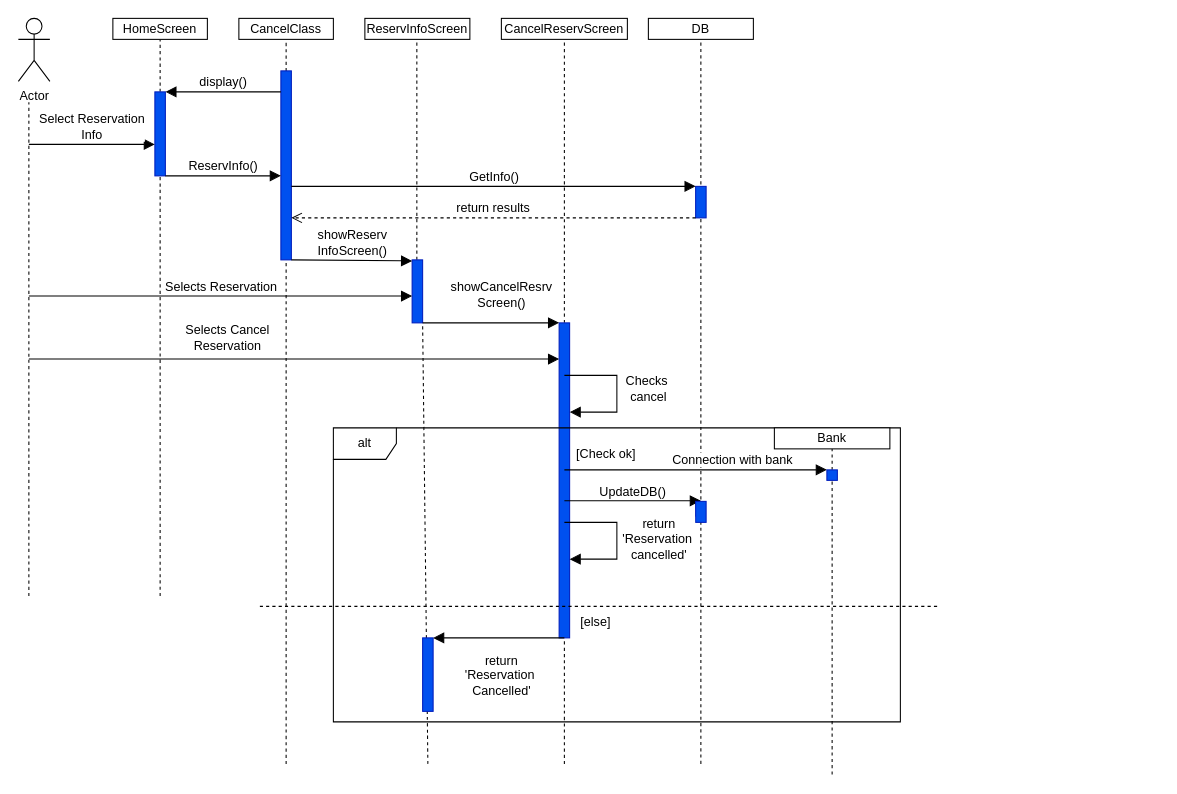
Earlier version of the draw.io diagram SEQUENCE/Cancel Reservation sequence.drawio (EliasPapagelis/Smart-Park-TL). Source tidied: cells renumbered, new cells numbered last; positions are measured from the earlier drawing's top-left corner, leaving out a move shared by most shapes. Both pictures are drawn from the tidied source at 105%, with x=0, y=0 at pixel (18, 18).
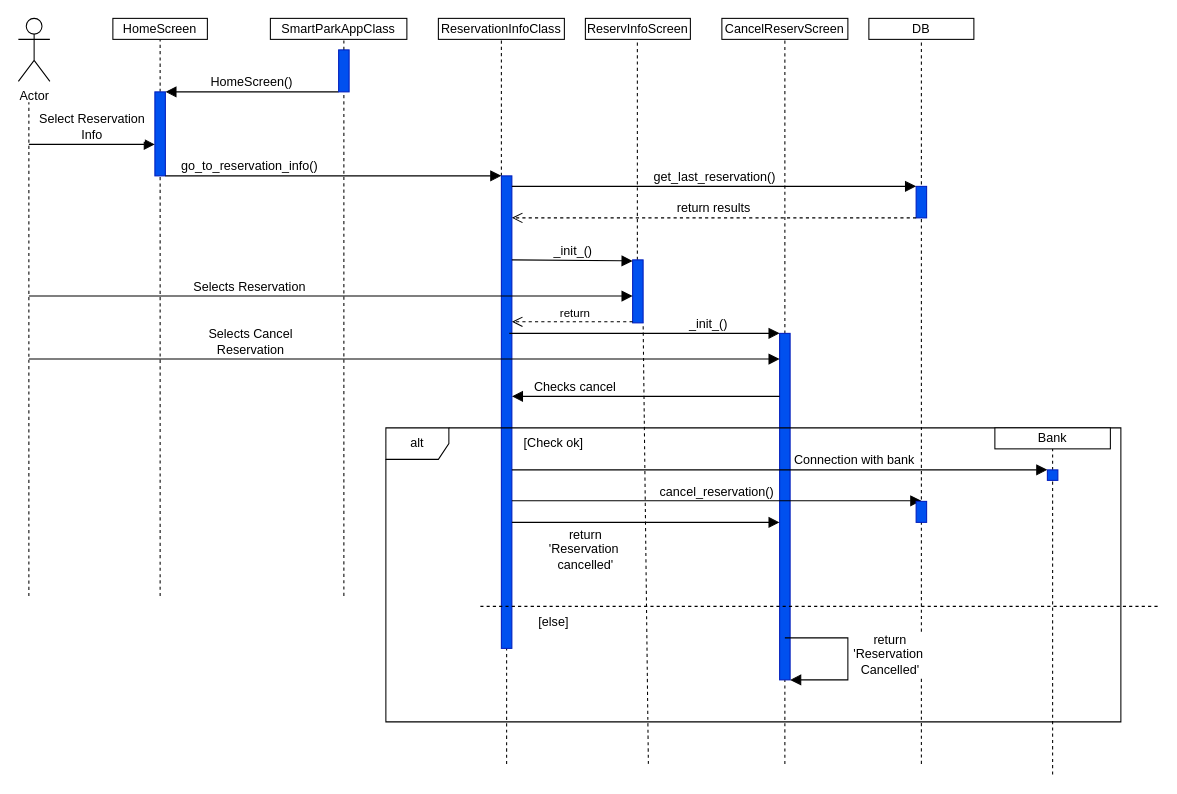
Above is the later version.

Diff of the diagram source:
```diff
@@
-    <mxCell id="6" value="CancelClass" style="rounded=0;whiteSpace=wrap;html=1;" parent="1" vertex="1">
-      <mxGeometry x="210" width="90" height="20" as="geometry" />
+    <mxCell id="6" value="ReservationInfoClass" style="rounded=0;whiteSpace=wrap;html=1;" parent="1" vertex="1">
+      <mxGeometry x="400" width="120" height="20" as="geometry" />
     </mxCell>
@@
     <mxCell id="8" value="ReservInfoScreen" style="rounded=0;whiteSpace=wrap;html=1;" parent="1" vertex="1">
-      <mxGeometry x="330" width="100" height="20" as="geometry" />
+      <mxGeometry x="540" width="100" height="20" as="geometry" />
     </mxCell>
     <mxCell id="9" style="endArrow=none;dashed=1;html=1;rounded=0;fontSize=12;startSize=8;endSize=8;curved=1;" parent="1" edge="1" source="27">
       <mxGeometry relative="1" as="geometry">
-        <mxPoint x="379.5" y="20" as="targetPoint" />
+        <mxPoint x="589.5" y="20" as="targetPoint" />
       </mxGeometry>
     </mxCell>
@@
     <mxCell id="11" value="CancelReservScreen" style="rounded=0;whiteSpace=wrap;html=1;" parent="1" vertex="1">
-      <mxGeometry x="460" width="120" height="20" as="geometry" />
+      <mxGeometry x="670" width="120" height="20" as="geometry" />
     </mxCell>
     <mxCell id="12" style="endArrow=none;dashed=1;html=1;rounded=0;fontSize=12;startSize=8;endSize=8;curved=1;" parent="1" edge="1" target="13">
       <mxGeometry relative="1" as="geometry">
-        <mxPoint x="650" y="710" as="sourcePoint" />
+        <mxPoint x="860" y="710" as="sourcePoint" />
       </mxGeometry>
     </mxCell>
     <mxCell id="13" value="DB" style="rounded=0;whiteSpace=wrap;html=1;" parent="1" vertex="1">
-      <mxGeometry x="600" width="100" height="20" as="geometry" />
+      <mxGeometry x="810" width="100" height="20" as="geometry" />
     </mxCell>
     <mxCell id="14" style="html=1;points=[[0,0,0,0,5],[0,1,0,0,-5],[1,0,0,0,5],[1,1,0,0,-5]];perimeter=orthogonalPerimeter;outlineConnect=0;targetShapes=umlLifeline;portConstraint=eastwest;newEdgeStyle={&quot;curved&quot;:0,&quot;rounded&quot;:0};fillColor=#0050ef;fontColor=#ffffff;strokeColor=#001DBC;" parent="1" vertex="1">
-      <mxGeometry x="645" y="160" width="10" height="30" as="geometry" />
+      <mxGeometry x="855" y="160" width="10" height="30" as="geometry" />
     </mxCell>
@@
     <mxCell id="17" style="endArrow=none;dashed=1;html=1;rounded=0;fontSize=12;startSize=8;endSize=8;curved=1;entryX=0.5;entryY=1;entryDx=0;entryDy=0;" parent="1" edge="1" target="18">
       <mxGeometry relative="1" as="geometry">
-        <mxPoint x="255" y="710" as="sourcePoint" />
+        <mxPoint x="465" y="710" as="sourcePoint" />
       </mxGeometry>
     </mxCell>
     <mxCell id="18" style="html=1;points=[[0,0,0,0,5],[0,1,0,0,-5],[1,0,0,0,5],[1,1,0,0,-5]];perimeter=orthogonalPerimeter;outlineConnect=0;targetShapes=umlLifeline;portConstraint=eastwest;newEdgeStyle={&quot;curved&quot;:0,&quot;rounded&quot;:0};fillColor=#0050ef;fontColor=#ffffff;strokeColor=#001DBC;" parent="1" vertex="1">
-      <mxGeometry x="250" y="50" width="10" height="180" as="geometry" />
+      <mxGeometry x="460" y="150" width="10" height="450" as="geometry" />
     </mxCell>
     <mxCell id="19" style="endArrow=none;dashed=1;html=1;rounded=0;fontSize=12;startSize=8;endSize=8;curved=1;" parent="1" edge="1" target="20">
       <mxGeometry relative="1" as="geometry">
-        <mxPoint x="520" y="710" as="sourcePoint" />
+        <mxPoint x="730" y="710" as="sourcePoint" />
       </mxGeometry>
     </mxCell>
     <mxCell id="20" style="html=1;points=[[0,0,0,0,5],[0,1,0,0,-5],[1,0,0,0,5],[1,1,0,0,-5]];perimeter=orthogonalPerimeter;outlineConnect=0;targetShapes=umlLifeline;portConstraint=eastwest;newEdgeStyle={&quot;curved&quot;:0,&quot;rounded&quot;:0};fillColor=#0050ef;fontColor=#ffffff;strokeColor=#001DBC;" parent="1" vertex="1">
-      <mxGeometry x="515" y="290" width="10" height="300" as="geometry" />
+      <mxGeometry x="725" y="300" width="10" height="330" as="geometry" />
     </mxCell>
@@
-    <mxCell id="22" value="display()" style="html=1;verticalAlign=bottom;endArrow=block;curved=0;rounded=0;fontSize=12;startSize=8;endSize=8;" parent="1" edge="1">
+    <mxCell id="22" value="HomeScreen()" style="html=1;verticalAlign=bottom;endArrow=block;curved=0;rounded=0;fontSize=12;startSize=8;endSize=8;" parent="1" edge="1" source="51">
       <mxGeometry relative="1" as="geometry">
-        <mxPoint x="250" y="70" as="sourcePoint" />
         <mxPoint x="140" y="70" as="targetPoint" />
       </mxGeometry>
     </mxCell>
-    <mxCell id="23" value="ReservInfo()" style="html=1;verticalAlign=bottom;endArrow=block;curved=0;rounded=0;fontSize=12;startSize=8;endSize=8;" parent="1" edge="1" target="18">
-      <mxGeometry relative="1" as="geometry">
+    <mxCell id="23" value="go_to_reservation_info()" style="html=1;verticalAlign=bottom;endArrow=block;curved=0;rounded=0;fontSize=12;startSize=8;endSize=8;" parent="1" edge="1" target="18">
+      <mxGeometry x="-0.5" relative="1" as="geometry">
         <mxPoint x="140" y="150" as="sourcePoint" />
       </mxGeometry>
     </mxCell>
-    <mxCell id="24" value="GetInfo()" style="html=1;verticalAlign=bottom;endArrow=block;curved=0;rounded=0;fontSize=12;startSize=8;endSize=8;" parent="1" edge="1" target="14">
+    <mxCell id="24" value="get_last_reservation()" style="html=1;verticalAlign=bottom;endArrow=block;curved=0;rounded=0;fontSize=12;startSize=8;endSize=8;" parent="1" edge="1" target="14">
       <mxGeometry relative="1" as="geometry">
-        <mxPoint x="260" y="160" as="sourcePoint" />
+        <mxPoint x="470" y="160" as="sourcePoint" />
       </mxGeometry>
     </mxCell>
     <mxCell id="25" value="return results" style="html=1;verticalAlign=bottom;endArrow=open;dashed=1;endSize=8;curved=0;rounded=0;fontSize=12;exitX=0;exitY=1;exitDx=0;exitDy=-5;exitPerimeter=0;" parent="1" edge="1">
       <mxGeometry relative="1" as="geometry">
-        <mxPoint x="645" y="190" as="sourcePoint" />
-        <mxPoint x="260" y="190" as="targetPoint" />
+        <mxPoint x="855" y="190" as="sourcePoint" />
+        <mxPoint x="470" y="190" as="targetPoint" />
       </mxGeometry>
     </mxCell>
     <mxCell id="26" style="endArrow=none;dashed=1;html=1;rounded=0;fontSize=12;startSize=8;endSize=8;curved=1;" parent="1" edge="1" target="27">
       <mxGeometry relative="1" as="geometry">
-        <mxPoint x="390" y="710" as="sourcePoint" />
+        <mxPoint x="600" y="710" as="sourcePoint" />
       </mxGeometry>
     </mxCell>
     <mxCell id="27" style="html=1;points=[[0,0,0,0,5],[0,1,0,0,-5],[1,0,0,0,5],[1,1,0,0,-5]];perimeter=orthogonalPerimeter;outlineConnect=0;targetShapes=umlLifeline;portConstraint=eastwest;newEdgeStyle={&quot;curved&quot;:0,&quot;rounded&quot;:0};fillColor=#0050ef;fontColor=#ffffff;strokeColor=#001DBC;" parent="1" vertex="1">
-      <mxGeometry x="375" y="230" width="10" height="60" as="geometry" />
+      <mxGeometry x="585" y="230" width="10" height="60" as="geometry" />
     </mxCell>
-    <mxCell id="28" value="showReserv&lt;div&gt;InfoScreen()&lt;/div&gt;" style="html=1;verticalAlign=bottom;endArrow=block;curved=0;rounded=0;fontSize=12;startSize=8;endSize=8;" parent="1" edge="1">
+    <mxCell id="28" value="&lt;div&gt;_init_()&lt;/div&gt;" style="html=1;verticalAlign=bottom;endArrow=block;curved=0;rounded=0;fontSize=12;startSize=8;endSize=8;" parent="1" edge="1">
       <mxGeometry x="0.01" relative="1" as="geometry">
-        <mxPoint x="260" y="230" as="sourcePoint" />
-        <mxPoint x="375" y="231" as="targetPoint" />
+        <mxPoint x="470" y="230" as="sourcePoint" />
+        <mxPoint x="585" y="231" as="targetPoint" />
       </mxGeometry>
     </mxCell>
     <mxCell id="29" value="Selects Reservation" style="html=1;verticalAlign=bottom;endArrow=block;curved=0;rounded=0;fontSize=12;startSize=8;endSize=8;" parent="1" edge="1" target="27">
-      <mxGeometry relative="1" as="geometry">
+      <mxGeometry x="-0.27" relative="1" as="geometry">
         <mxPoint x="10" y="264.5" as="sourcePoint" />
       </mxGeometry>
     </mxCell>
-    <mxCell id="30" value="showCancelResrv&lt;div&gt;Screen()&lt;/div&gt;" style="html=1;verticalAlign=bottom;endArrow=block;curved=0;rounded=0;fontSize=12;startSize=8;endSize=8;" parent="1" edge="1" target="20">
-      <mxGeometry x="0.15" y="10" relative="1" as="geometry">
-        <mxPoint x="385" y="290" as="sourcePoint" />
+    <mxCell id="30" value="&lt;span style=&quot;background-color: light-dark(#ffffff, var(--ge-dark-color, #121212)); color: light-dark(rgb(0, 0, 0), rgb(255, 255, 255));&quot;&gt;_init_()&lt;/span&gt;" style="html=1;verticalAlign=bottom;endArrow=block;curved=0;rounded=0;fontSize=12;startSize=8;endSize=8;" parent="1" edge="1">
+      <mxGeometry x="0.47" relative="1" as="geometry">
+        <mxPoint x="467.5" y="300" as="sourcePoint" />
+        <mxPoint x="725" y="300" as="targetPoint" />
       </mxGeometry>
     </mxCell>
     <mxCell id="31" value="Selects Cancel&lt;div&gt;Reservation&lt;/div&gt;" style="html=1;verticalAlign=bottom;endArrow=block;curved=0;rounded=0;fontSize=12;startSize=8;endSize=8;" parent="1" edge="1" target="20">
-      <mxGeometry x="-0.25" y="5" relative="1" as="geometry">
+      <mxGeometry x="-0.41" relative="1" as="geometry">
         <mxPoint x="10" y="324.5" as="sourcePoint" />
-        <mxPoint y="1" as="offset" />
       </mxGeometry>
     </mxCell>
-    <mxCell id="32" value="Checks&amp;nbsp;&lt;div&gt;cancel&lt;/div&gt;" style="html=1;verticalAlign=bottom;endArrow=block;curved=0;rounded=0;fontSize=12;startSize=8;endSize=8;" parent="1" edge="1" target="20">
-      <mxGeometry x="0.23" y="30" relative="1" as="geometry">
-        <mxPoint x="520" y="340" as="sourcePoint" />
+    <mxCell id="32" value="Checks&amp;nbsp;&lt;span style=&quot;background-color: light-dark(#ffffff, var(--ge-dark-color, #121212)); color: light-dark(rgb(0, 0, 0), rgb(255, 255, 255));&quot;&gt;cancel&lt;/span&gt;" style="html=1;verticalAlign=bottom;endArrow=block;curved=0;rounded=0;fontSize=12;startSize=8;endSize=8;" parent="1" edge="1">
+      <mxGeometry x="0.53" relative="1" as="geometry">
+        <mxPoint x="725" y="360" as="sourcePoint" />
+        <mxPoint x="470" y="360" as="targetPoint" />
         <Array as="points">
-          <mxPoint x="570" y="340" />
-          <mxPoint x="570" y="375" />
+          <mxPoint x="630" y="360" />
+          <mxPoint x="540" y="360" />
         </Array>
       </mxGeometry>
     </mxCell>
     <mxCell id="33" value="alt" style="shape=umlFrame;whiteSpace=wrap;html=1;" parent="1" vertex="1">
-      <mxGeometry x="300" y="390" width="540" height="280" as="geometry" />
+      <mxGeometry x="350" y="390" width="700" height="280" as="geometry" />
     </mxCell>
     <mxCell id="34" value="[Check ok]" style="text;html=1;align=center;verticalAlign=middle;whiteSpace=wrap;rounded=0;" parent="1" vertex="1">
-      <mxGeometry x="530" y="400" width="60" height="30" as="geometry" />
+      <mxGeometry x="480" y="390" width="60" height="30" as="geometry" />
     </mxCell>
-    <mxCell id="35" value="UpdateDB()" style="html=1;verticalAlign=bottom;endArrow=block;curved=0;rounded=0;fontSize=12;startSize=8;endSize=8;" parent="1" edge="1">
+    <mxCell id="35" value="cancel_reservation()" style="html=1;verticalAlign=bottom;endArrow=block;curved=0;rounded=0;fontSize=12;startSize=8;endSize=8;" parent="1" edge="1" source="18">
       <mxGeometry relative="1" as="geometry">
-        <mxPoint x="520" y="459.5" as="sourcePoint" />
-        <mxPoint x="650" y="459.5" as="targetPoint" />
+        <mxPoint x="860" y="459.5" as="targetPoint" />
       </mxGeometry>
     </mxCell>
     <mxCell id="36" style="html=1;perimeter=orthogonalPerimeter;targetShapes=umlLifeline;newEdgeStyle={&quot;curved&quot;:0,&quot;rounded&quot;:0};fillColor=#0050ef;fontColor=#ffffff;strokeColor=#001DBC;" parent="1" vertex="1">
-      <mxGeometry x="645" y="460" width="10" height="20" as="geometry" />
+      <mxGeometry x="855" y="460" width="10" height="20" as="geometry" />
     </mxCell>
@@
     <mxCell id="38" value="Bank" style="rounded=0;whiteSpace=wrap;html=1;" parent="1" vertex="1">
-      <mxGeometry x="720" y="390" width="110" height="20" as="geometry" />
+      <mxGeometry x="930" y="390" width="110" height="20" as="geometry" />
     </mxCell>
-    <mxCell id="39" value="Connection with bank" style="html=1;verticalAlign=bottom;endArrow=block;curved=0;rounded=0;fontSize=12;startSize=8;endSize=8;" parent="1" edge="1">
+    <mxCell id="39" value="Connection with bank" style="html=1;verticalAlign=bottom;endArrow=block;curved=0;rounded=0;fontSize=12;startSize=8;endSize=8;" parent="1" edge="1" source="18">
       <mxGeometry x="0.28" relative="1" as="geometry">
-        <mxPoint x="520" y="430" as="sourcePoint" />
-        <mxPoint x="770" y="430" as="targetPoint" />
+        <mxPoint x="980" y="430" as="targetPoint" />
       </mxGeometry>
     </mxCell>
-    <mxCell id="40" value="return&lt;div&gt;'Reservation&amp;nbsp;&lt;/div&gt;&lt;div&gt;cancelled'&lt;/div&gt;" style="html=1;verticalAlign=bottom;endArrow=block;curved=0;rounded=0;fontSize=12;startSize=8;endSize=8;" parent="1" edge="1">
-      <mxGeometry x="0.31" y="40" relative="1" as="geometry">
-        <mxPoint x="520" y="480" as="sourcePoint" />
-        <mxPoint x="525" y="515" as="targetPoint" />
+    <mxCell id="40" value="return&lt;div&gt;'Reservation&amp;nbsp;&lt;/div&gt;&lt;div&gt;cancelled'&lt;/div&gt;" style="html=1;verticalAlign=bottom;endArrow=block;curved=0;rounded=0;fontSize=12;startSize=8;endSize=8;" parent="1" edge="1" target="20">
+      <mxGeometry x="-0.45" y="-50" relative="1" as="geometry">
+        <mxPoint x="470" y="480" as="sourcePoint" />
         <Array as="points">
-          <mxPoint x="570" y="480" />
-          <mxPoint x="570" y="515" />
+          <mxPoint x="520" y="480" />
+          <mxPoint x="630" y="480" />
         </Array>
-        <mxPoint x="40" y="-35" as="offset" />
       </mxGeometry>
     </mxCell>
     <mxCell id="41" style="endArrow=none;dashed=1;html=1;rounded=0;fontSize=12;startSize=8;endSize=8;curved=1;" parent="1" edge="1">
       <mxGeometry relative="1" as="geometry">
-        <mxPoint x="230" y="560" as="sourcePoint" />
-        <mxPoint x="875" y="560" as="targetPoint" />
+        <mxPoint x="440" y="560" as="sourcePoint" />
+        <mxPoint x="1085" y="560" as="targetPoint" />
       </mxGeometry>
     </mxCell>
     <mxCell id="42" value="[else]" style="text;html=1;align=center;verticalAlign=middle;whiteSpace=wrap;rounded=0;" parent="1" vertex="1">
-      <mxGeometry x="520" y="560" width="60" height="30" as="geometry" />
+      <mxGeometry x="480" y="560" width="60" height="30" as="geometry" />
     </mxCell>
@@
-    <mxCell id="44" style="html=1;points=[[0,0,0,0,5],[0,1,0,0,-5],[1,0,0,0,5],[1,1,0,0,-5]];perimeter=orthogonalPerimeter;outlineConnect=0;targetShapes=umlLifeline;portConstraint=eastwest;newEdgeStyle={&quot;curved&quot;:0,&quot;rounded&quot;:0};fillColor=#0050ef;fontColor=#ffffff;strokeColor=#001DBC;" parent="1" vertex="1">
-      <mxGeometry x="385" y="590" width="10" height="70" as="geometry" />
-    </mxCell>
-    <mxCell id="45" value="return&lt;div&gt;'Reservation&amp;nbsp;&lt;/div&gt;&lt;div&gt;Cancelled'&lt;/div&gt;" style="html=1;verticalAlign=bottom;endArrow=block;curved=0;rounded=0;fontSize=12;startSize=8;endSize=8;" parent="1" edge="1" target="44">
-      <mxGeometry x="-0.04" y="60" relative="1" as="geometry">
-        <mxPoint x="520" y="590" as="sourcePoint" />
+    <mxCell id="45" value="return&lt;div&gt;'Reservation&amp;nbsp;&lt;/div&gt;&lt;div&gt;Cancelled'&lt;/div&gt;" style="html=1;verticalAlign=bottom;endArrow=block;curved=0;rounded=0;fontSize=12;startSize=8;endSize=8;" parent="1" edge="1" target="20">
+      <mxGeometry x="0.29" y="-40" relative="1" as="geometry">
+        <mxPoint x="730" y="590" as="sourcePoint" />
+        <Array as="points">
+          <mxPoint x="790" y="590" />
+          <mxPoint x="790" y="630" />
+        </Array>
+        <mxPoint x="40" y="40" as="offset" />
       </mxGeometry>
     </mxCell>
     <mxCell id="46" style="endArrow=none;dashed=1;html=1;rounded=0;fontSize=12;startSize=8;endSize=8;curved=1;" parent="1" edge="1" target="47">
       <mxGeometry relative="1" as="geometry">
-        <mxPoint x="775" y="720" as="sourcePoint" />
+        <mxPoint x="985" y="720" as="sourcePoint" />
       </mxGeometry>
     </mxCell>
     <mxCell id="47" style="html=1;points=[[0,0,0,0,5],[0,1,0,0,-5],[1,0,0,0,5],[1,1,0,0,-5]];perimeter=orthogonalPerimeter;outlineConnect=0;targetShapes=umlLifeline;portConstraint=eastwest;newEdgeStyle={&quot;curved&quot;:0,&quot;rounded&quot;:0};fillColor=#0050ef;fontColor=#ffffff;strokeColor=#001DBC;" parent="1" vertex="1">
-      <mxGeometry x="770" y="430" width="10" height="10" as="geometry" />
+      <mxGeometry x="980" y="430" width="10" height="10" as="geometry" />
     </mxCell>
+    <mxCell id="48" value="SmartParkAppClass" style="html=1;whiteSpace=wrap;" parent="1" vertex="1">
+      <mxGeometry x="240" width="130" height="20" as="geometry" />
+    </mxCell>
+    <mxCell id="49" style="endArrow=none;dashed=1;html=1;rounded=0;" parent="1" edge="1" source="51">
+      <mxGeometry relative="1" as="geometry">
+        <mxPoint x="310" y="20" as="targetPoint" />
+      </mxGeometry>
+    </mxCell>
+    <mxCell id="50" style="endArrow=none;dashed=1;html=1;rounded=0;" parent="1" edge="1" target="51">
+      <mxGeometry relative="1" as="geometry">
+        <mxPoint x="310" y="550" as="sourcePoint" />
+      </mxGeometry>
+    </mxCell>
+    <mxCell id="51" style="html=1;points=[[0,0,0,0,5],[0,1,0,0,-5],[1,0,0,0,5],[1,1,0,0,-5]];perimeter=orthogonalPerimeter;outlineConnect=0;targetShapes=umlLifeline;portConstraint=eastwest;newEdgeStyle={&quot;curved&quot;:0,&quot;rounded&quot;:0};fillColor=#0050ef;fontColor=#ffffff;strokeColor=#001DBC;" parent="1" vertex="1">
+      <mxGeometry x="305" y="30" width="10" height="40" as="geometry" />
+    </mxCell>
+    <mxCell id="52" value="return" style="html=1;verticalAlign=bottom;endArrow=open;dashed=1;endSize=8;curved=0;rounded=0;entryX=1;entryY=0.289;entryDx=0;entryDy=0;entryPerimeter=0;" parent="1" edge="1">
+      <mxGeometry x="-0.04" y="1" relative="1" as="geometry">
+        <mxPoint x="585" y="289" as="sourcePoint" />
+        <mxPoint x="470" y="289" as="targetPoint" />
+      </mxGeometry>
+    </mxCell>
```
